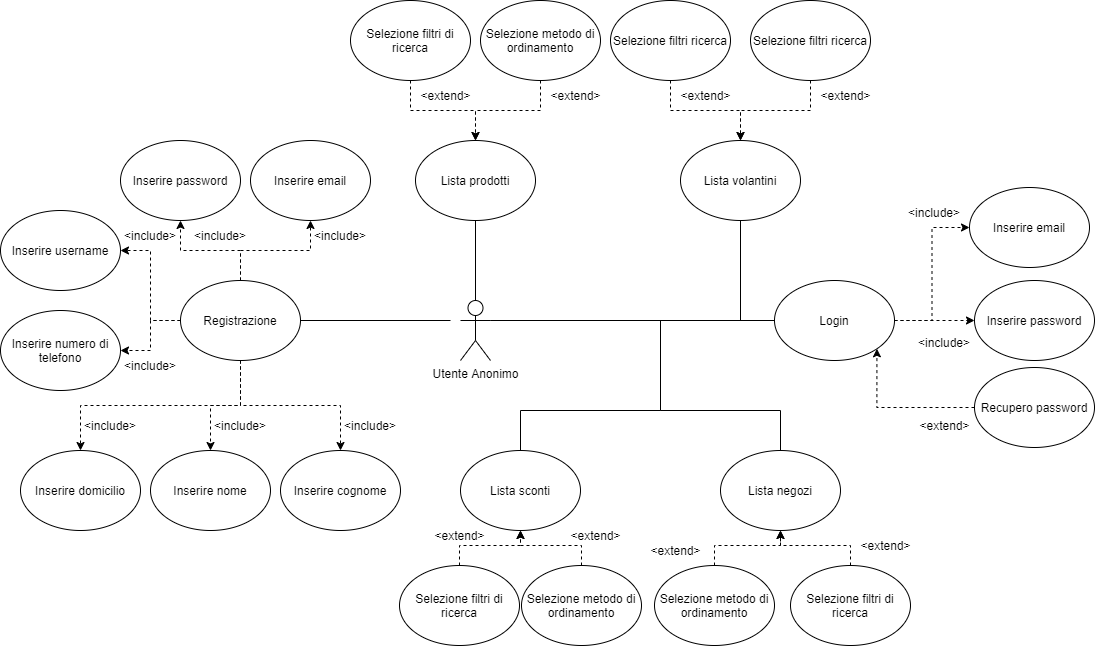
Earlier version of the draw.io export UML/UCD_utente_anonimo.png (G15-UniTN/iSpesa). Source tidied: cells renumbered, new cells last; positions are measured from the earlier drawing's top-left corner, leaving out a move shared by most shapes.
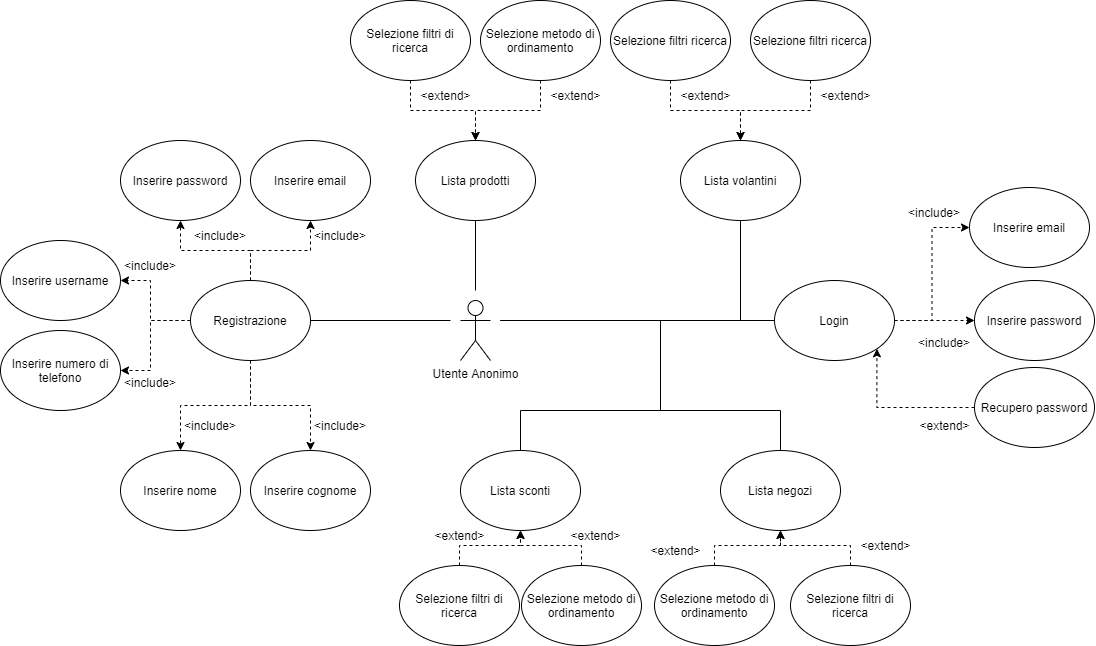
Above is the later version.

Diff of the diagram source:
```diff
@@ -45,7 +45,7 @@
     </mxCell>
     <mxCell id="15" style="edgeStyle=orthogonalEdgeStyle;rounded=0;jettySize=auto;html=1;exitX=0.5;exitY=0;exitDx=0;exitDy=0;endArrow=none;endFill=0;" parent="1" edge="1" source="16">
       <mxGeometry relative="1" as="geometry">
-        <mxPoint x="490" y="320" as="targetPoint" />
+        <mxPoint x="500" y="320" as="targetPoint" />
         <Array as="points">
           <mxPoint x="520" y="410" />
           <mxPoint x="660" y="410" />
@@ -56,8 +56,9 @@
     <mxCell id="16" value="Lista sconti" style="ellipse;whiteSpace=wrap;html=1;" parent="1" vertex="1">
       <mxGeometry x="460" y="450" width="120" height="80" as="geometry" />
     </mxCell>
-    <mxCell id="17" style="edgeStyle=orthogonalEdgeStyle;rounded=0;jettySize=auto;html=1;exitX=0.5;exitY=0;exitDx=0;exitDy=0;entryX=1;entryY=0.3333333333333333;entryDx=0;entryDy=0;entryPerimeter=0;endArrow=none;endFill=0;" parent="1" edge="1" source="18" target="2">
+    <mxCell id="17" style="edgeStyle=orthogonalEdgeStyle;rounded=0;jettySize=auto;html=1;exitX=0.5;exitY=0;exitDx=0;exitDy=0;endArrow=none;endFill=0;" parent="1" edge="1" source="18">
       <mxGeometry relative="1" as="geometry">
+        <mxPoint x="500" y="320" as="targetPoint" />
         <Array as="points">
           <mxPoint x="780" y="410" />
           <mxPoint x="660" y="410" />
@@ -68,8 +69,10 @@
     <mxCell id="18" value="Lista negozi" style="ellipse;whiteSpace=wrap;html=1;" parent="1" vertex="1">
       <mxGeometry x="720" y="450" width="120" height="80" as="geometry" />
     </mxCell>
-    <mxCell id="19" style="edgeStyle=orthogonalEdgeStyle;rounded=0;jettySize=auto;html=1;exitX=0.5;exitY=1;exitDx=0;exitDy=0;entryX=0.5;entryY=0;entryDx=0;entryDy=0;entryPerimeter=0;endArrow=none;endFill=0;" parent="1" edge="1" source="14" target="2">
-      <mxGeometry relative="1" as="geometry" />
+    <mxCell id="19" style="edgeStyle=orthogonalEdgeStyle;rounded=0;jettySize=auto;html=1;exitX=0.5;exitY=1;exitDx=0;exitDy=0;endArrow=none;endFill=0;" parent="1" edge="1" source="14">
+      <mxGeometry relative="1" as="geometry">
+        <mxPoint x="475" y="290" as="targetPoint" />
+      </mxGeometry>
     </mxCell>
     <mxCell id="20" style="edgeStyle=orthogonalEdgeStyle;rounded=0;jettySize=auto;html=1;exitX=0.5;exitY=1;exitDx=0;exitDy=0;dashed=1;" parent="1" edge="1" source="26" target="32">
       <mxGeometry relative="1" as="geometry" />
@@ -77,20 +80,22 @@
     <mxCell id="21" style="edgeStyle=orthogonalEdgeStyle;rounded=0;jettySize=auto;html=1;exitX=0.5;exitY=1;exitDx=0;exitDy=0;dashed=1;" parent="1" edge="1" source="26" target="31">
       <mxGeometry relative="1" as="geometry" />
     </mxCell>
-    <mxCell id="22" style="edgeStyle=orthogonalEdgeStyle;rounded=0;jettySize=auto;html=1;exitX=0.5;exitY=1;exitDx=0;exitDy=0;dashed=1;" parent="1" edge="1" source="26" target="34">
-      <mxGeometry relative="1" as="geometry" />
-    </mxCell>
-    <mxCell id="23" style="edgeStyle=orthogonalEdgeStyle;rounded=0;jettySize=auto;html=1;exitX=0;exitY=0.5;exitDx=0;exitDy=0;dashed=1;" parent="1" edge="1" source="26" target="33">
-      <mxGeometry relative="1" as="geometry" />
-    </mxCell>
     <mxCell id="24" style="edgeStyle=orthogonalEdgeStyle;rounded=0;jettySize=auto;html=1;exitX=0.5;exitY=0;exitDx=0;exitDy=0;dashed=1;" parent="1" edge="1" source="26" target="29">
       <mxGeometry relative="1" as="geometry" />
     </mxCell>
     <mxCell id="25" style="edgeStyle=orthogonalEdgeStyle;rounded=0;jettySize=auto;html=1;exitX=0.5;exitY=0;exitDx=0;exitDy=0;dashed=1;" parent="1" edge="1" source="26" target="28">
       <mxGeometry relative="1" as="geometry" />
     </mxCell>
+    <mxCell id="23" style="edgeStyle=orthogonalEdgeStyle;rounded=0;jettySize=auto;html=1;exitX=0;exitY=0.5;exitDx=0;exitDy=0;entryX=1;entryY=0.5;entryDx=0;entryDy=0;dashed=1;" parent="1" edge="1" source="26" target="33">
+      <mxGeometry relative="1" as="geometry">
+        <Array as="points">
+          <mxPoint x="150" y="320" />
+          <mxPoint x="150" y="370" />
+        </Array>
+      </mxGeometry>
+    </mxCell>
     <mxCell id="26" value="Registrazione" style="ellipse;whiteSpace=wrap;html=1;" parent="1" vertex="1">
-      <mxGeometry x="180" y="280" width="120" height="80" as="geometry" />
+      <mxGeometry x="190" y="280" width="120" height="80" as="geometry" />
     </mxCell>
     <mxCell id="27" style="endArrow=none;html=1;rounded=0;exitX=1;exitY=0.5;exitDx=0;exitDy=0;" parent="1" edge="1" source="26">
       <mxGeometry relative="1" as="geometry">
@@ -104,25 +109,22 @@
       <mxGeometry x="120" y="140" width="120" height="80" as="geometry" />
     </mxCell>
     <mxCell id="30" value="Inserire username" style="ellipse;whiteSpace=wrap;html=1;" parent="1" vertex="1">
-      <mxGeometry y="210" width="120" height="80" as="geometry" />
+      <mxGeometry y="240" width="120" height="80" as="geometry" />
     </mxCell>
     <mxCell id="31" value="Inserire nome" style="ellipse;whiteSpace=wrap;html=1;" parent="1" vertex="1">
-      <mxGeometry x="150" y="450" width="120" height="80" as="geometry" />
+      <mxGeometry x="120" y="450" width="120" height="80" as="geometry" />
     </mxCell>
     <mxCell id="32" value="Inserire cognome" style="ellipse;whiteSpace=wrap;html=1;" parent="1" vertex="1">
-      <mxGeometry x="280" y="450" width="120" height="80" as="geometry" />
+      <mxGeometry x="250" y="450" width="120" height="80" as="geometry" />
     </mxCell>
     <mxCell id="33" value="Inserire numero di telefono" style="ellipse;whiteSpace=wrap;html=1;" parent="1" vertex="1">
-      <mxGeometry y="310" width="120" height="80" as="geometry" />
+      <mxGeometry y="330" width="120" height="80" as="geometry" />
     </mxCell>
-    <mxCell id="34" value="Inserire domicilio" style="ellipse;whiteSpace=wrap;html=1;" parent="1" vertex="1">
-      <mxGeometry x="20" y="450" width="120" height="80" as="geometry" />
-    </mxCell>
     <mxCell id="35" style="edgeStyle=orthogonalEdgeStyle;rounded=0;jettySize=auto;html=1;exitX=0;exitY=0.5;exitDx=0;exitDy=0;dashed=1;entryX=1;entryY=0.5;entryDx=0;entryDy=0;" parent="1" edge="1" source="26" target="30">
       <mxGeometry relative="1" as="geometry">
         <Array as="points">
           <mxPoint x="150" y="320" />
-          <mxPoint x="150" y="250" />
+          <mxPoint x="150" y="280" />
         </Array>
       </mxGeometry>
     </mxCell>
@@ -133,19 +135,16 @@
       <mxGeometry x="190" y="220" width="60" height="30" as="geometry" />
     </mxCell>
     <mxCell id="38" value="&amp;lt;include&amp;gt;" style="text;html=1;strokeColor=none;fillColor=none;align=center;verticalAlign=middle;whiteSpace=wrap;rounded=0;" parent="1" vertex="1">
-      <mxGeometry x="120" y="220" width="60" height="30" as="geometry" />
+      <mxGeometry x="120" y="250" width="60" height="30" as="geometry" />
     </mxCell>
     <mxCell id="39" value="&amp;lt;include&amp;gt;" style="text;html=1;strokeColor=none;fillColor=none;align=center;verticalAlign=middle;whiteSpace=wrap;rounded=0;" parent="1" vertex="1">
-      <mxGeometry x="120" y="350" width="60" height="30" as="geometry" />
+      <mxGeometry x="120" y="367" width="60" height="30" as="geometry" />
     </mxCell>
-    <mxCell id="40" value="&amp;lt;include&amp;gt;" style="text;html=1;strokeColor=none;fillColor=none;align=center;verticalAlign=middle;whiteSpace=wrap;rounded=0;" parent="1" vertex="1">
-      <mxGeometry x="80" y="410" width="60" height="30" as="geometry" />
-    </mxCell>
     <mxCell id="41" value="&amp;lt;include&amp;gt;" style="text;html=1;strokeColor=none;fillColor=none;align=center;verticalAlign=middle;whiteSpace=wrap;rounded=0;" parent="1" vertex="1">
-      <mxGeometry x="210" y="410" width="60" height="30" as="geometry" />
+      <mxGeometry x="180" y="410" width="60" height="30" as="geometry" />
     </mxCell>
     <mxCell id="42" value="&amp;lt;include&amp;gt;" style="text;html=1;strokeColor=none;fillColor=none;align=center;verticalAlign=middle;whiteSpace=wrap;rounded=0;" parent="1" vertex="1">
-      <mxGeometry x="340" y="410" width="60" height="30" as="geometry" />
+      <mxGeometry x="310" y="410" width="60" height="30" as="geometry" />
     </mxCell>
     <mxCell id="43" style="edgeStyle=orthogonalEdgeStyle;rounded=0;jettySize=auto;html=1;exitX=0.5;exitY=1;exitDx=0;exitDy=0;dashed=1;" parent="1" edge="1" source="44" target="14">
       <mxGeometry relative="1" as="geometry" />
```
